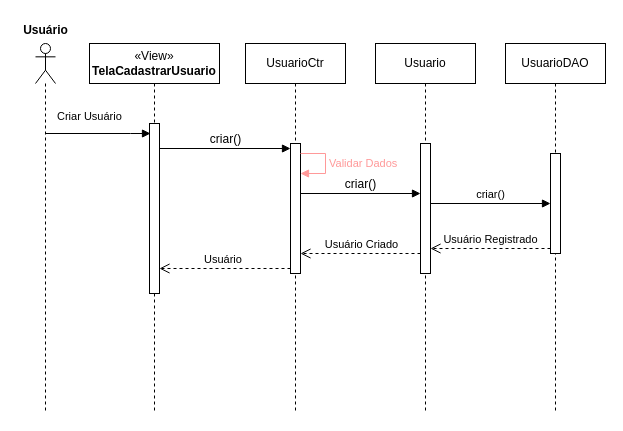
This is Documentação/Diagramas/Diagramas de Sequencia/Diagrama de Sequencia Cadastrar Usuário.drawio from frsouzaa/Documentacao-TCC-NossaVia, a draw.io file, before an edit. Source tidied: cells renumbered, new cells numbered last; positions are measured from the earlier drawing's top-left corner, leaving out a move shared by most shapes. Both pictures are drawn from the tidied source at 100%, with x=0, y=0 at pixel (17, 17).
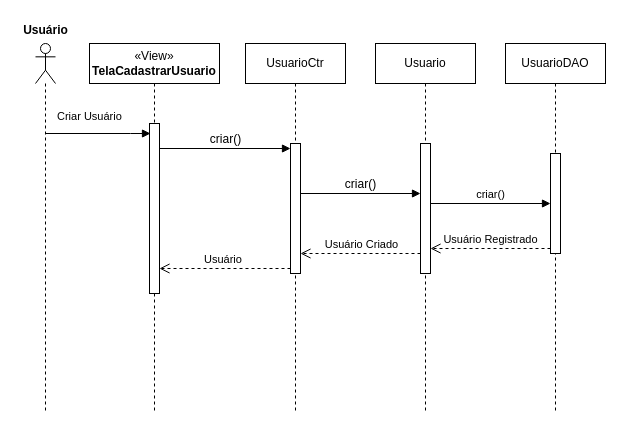
Above is the later version.

Commit message:
Removendo validação não utiliza

Unchanged cells that the change refers to:
```xml
<mxCell id="9" value="&lt;span style=&quot;text-wrap: nowrap;&quot;&gt;UsuarioCtr&lt;/span&gt;" style="shape=umlLifeline;perimeter=lifelinePerimeter;whiteSpace=wrap;html=1;newEdgeStyle={&quot;curved&quot;:0,&quot;rounded&quot;:0};" parent="1" vertex="1">
  <mxGeometry x="228" y="26" width="100" height="370" as="geometry" />
</mxCell>
<mxCell id="10" style="html=1;points=[[0,0,0,0,5],[0,1,0,0,-5],[1,0,0,0,5],[1,1,0,0,-5]];perimeter=orthogonalPerimeter;outlineConnect=0;targetShapes=umlLifeline;portConstraint=eastwest;newEdgeStyle={&quot;curved&quot;:0,&quot;rounded&quot;:0};" parent="9" vertex="1">
  <mxGeometry x="45" y="100" width="10" height="130" as="geometry" />
</mxCell>
```

Change to the diagram source:
```diff
@@
-    <mxCell id="11" value="&lt;font color=&quot;#ff9999&quot;&gt;Validar Dados&lt;/font&gt;" style="html=1;align=left;spacingLeft=2;endArrow=block;rounded=0;edgeStyle=orthogonalEdgeStyle;curved=0;rounded=0;strokeColor=#FF9999;" parent="9" edge="1" source="10">
-      <mxGeometry relative="1" as="geometry">
-        <mxPoint x="55" y="130" as="targetPoint" />
-        <Array as="points">
-          <mxPoint x="80" y="110" />
-          <mxPoint x="80" y="130" />
-        </Array>
-      </mxGeometry>
-    </mxCell>
```
